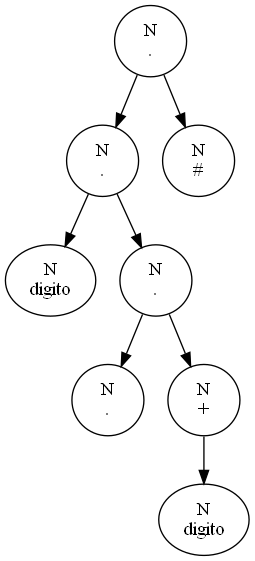
EstuardoSon/OCL1_202003894_P1 keeps this Graphviz diagram as Reportes_202003894/Arboles_202003894/ExpresionReg2.png. Above is the earlier version. Its source is kept beside it as Reportes_202003894/Arboles_202003894/ExpresionReg2.dot.
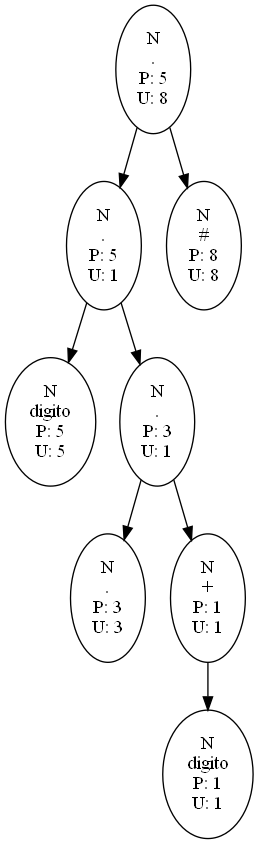
The same diagram one commit later.

Diff of the diagram source:
```diff
@@ -2,23 +2,39 @@
 7->6
 6->5
 5[label="N
-digito"];
+digito
+P: 5
+U: 5"];
 6[label="N
-."];
+.
+P: 5
+U: 1"];
 6->4
 4->3
 3[label="N
-."];
+.
+P: 3
+U: 3"];
 4[label="N
-."];
+.
+P: 3
+U: 1"];
 4->2
 2->1
 1[label="N
-digito"];
+digito
+P: 1
+U: 1"];
 2[label="N
-+"];
++
+P: 1
+U: 1"];
 7[label="N
-."];
+.
+P: 5
+U: 8"];
 7->8
 8[label="N
+P: 8
+U: 8"];
 }
```
